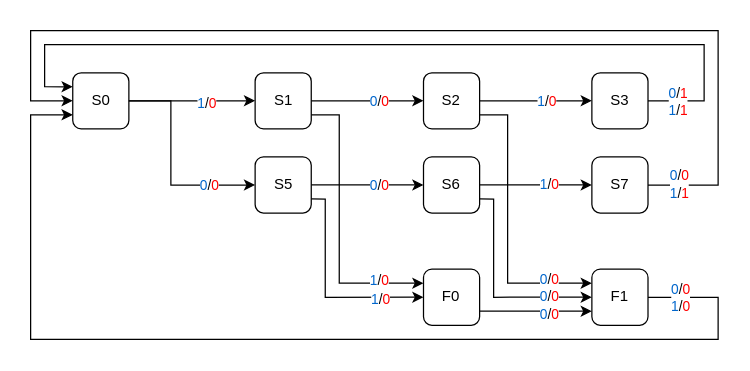
The draw.io diagram lab4/img/Q1_state_transition_diagram.drawio in tangerine1202/EECS207001-Logic-Design-Lab, before the edit. Source tidied: cells renumbered, new cells numbered last; positions are measured from the earlier drawing's top-left corner, leaving out a move shared by most shapes. Both pictures are drawn from the tidied source at 125%, with x=0, y=0 at pixel (30, 30).
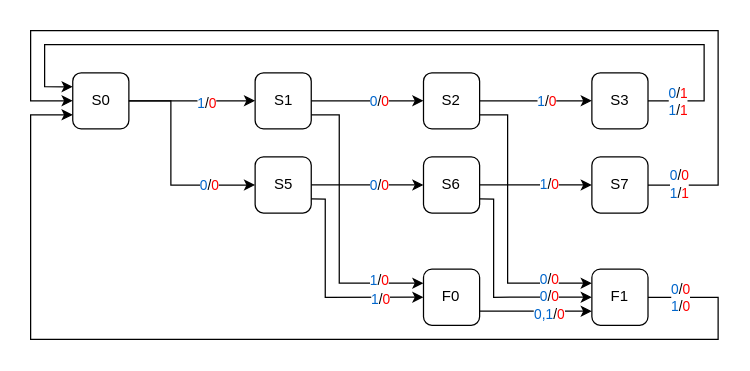
The same page after the edit.

Commit message:
fix: q1 state transition dirgram

Unchanged cells that the change refers to:
```xml
<mxCell id="38" style="edgeStyle=orthogonalEdgeStyle;rounded=0;jettySize=auto;html=1;exitX=1;exitY=0.75;exitDx=0;exitDy=0;entryX=0;entryY=0.75;entryDx=0;entryDy=0;" parent="2" edge="1" source="26" target="33">
  <mxGeometry relative="1" as="geometry" />
</mxCell>
```

The edit, as a diff of the source:
```diff
@@
-    <mxCell id="39" value="&lt;font color=&quot;#0066cc&quot;&gt;0&lt;/font&gt;/&lt;font color=&quot;#ff0000&quot;&gt;0&lt;/font&gt;" style="edgeLabel;html=1;align=center;verticalAlign=middle;" parent="38" vertex="1">
+    <mxCell id="39" value="&lt;font color=&quot;#0066cc&quot;&gt;0,1&lt;/font&gt;/&lt;font color=&quot;#ff0000&quot;&gt;0&lt;/font&gt;" style="edgeLabel;html=1;align=center;verticalAlign=middle;" parent="38" vertex="1">
       <mxGeometry x="0.31" relative="1" as="geometry">
         <mxPoint x="-4" y="2" as="offset" />
       </mxGeometry>
     </mxCell>
```
